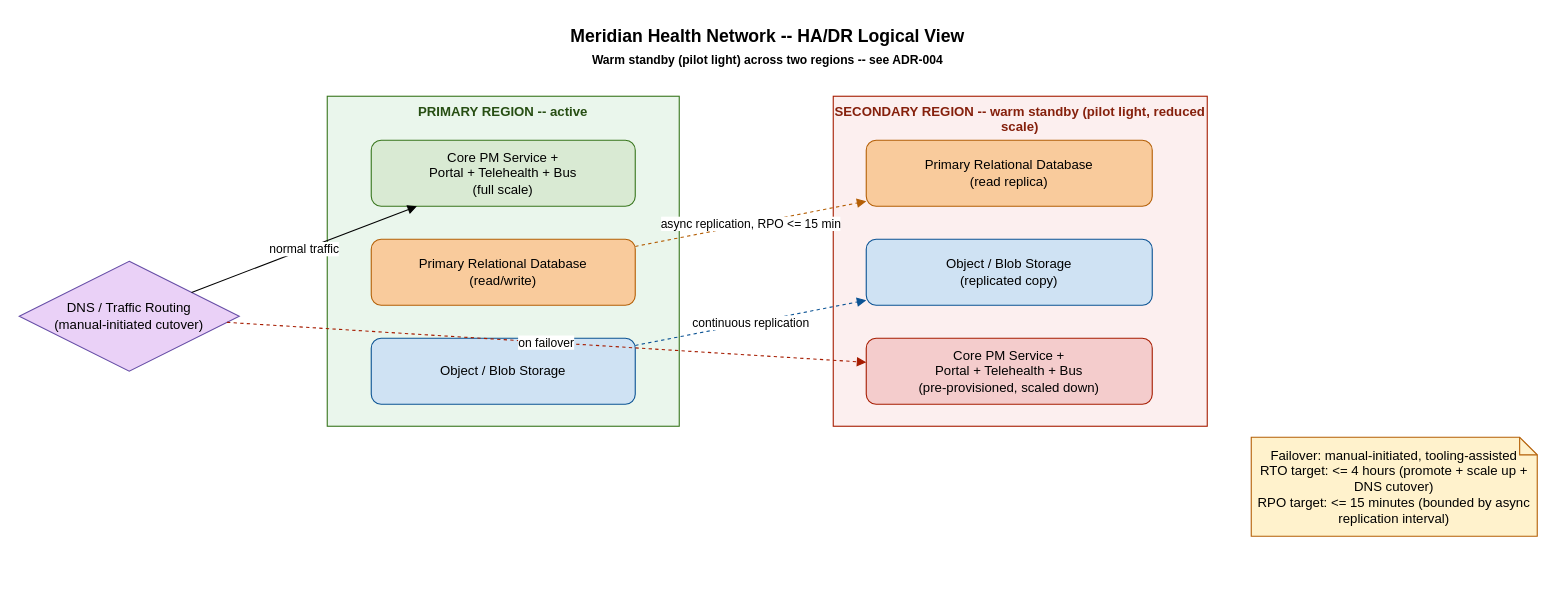
The draw.io diagram case-study-03-healthcare-platform/diagrams/ha-dr-logical-view.drawio in MarshalTakavinga/Cloud-Architecture, before the edit. Source tidied: cells renumbered, new cells numbered last; positions are measured from the earlier drawing's top-left corner, leaving out a move shared by most shapes. Both pictures are drawn from the tidied source at 110%, with x=0, y=0 at pixel (19, 19).
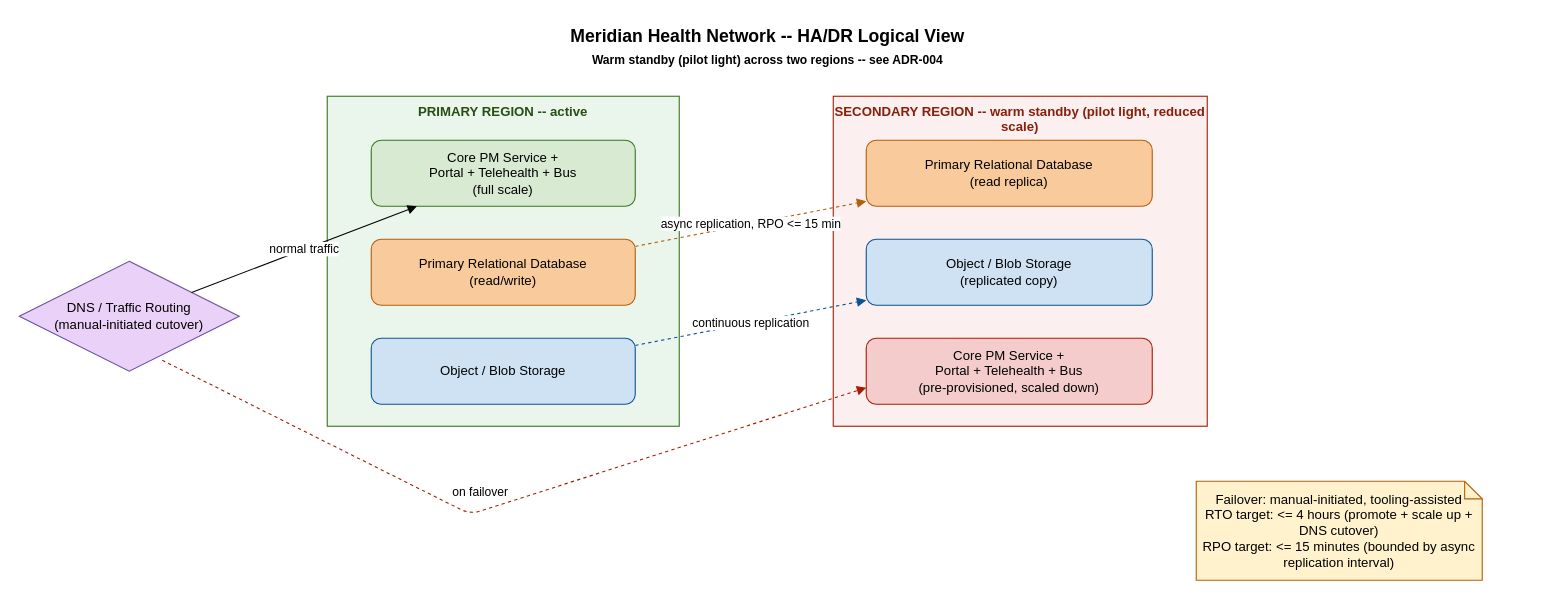
The same page after the edit.

Commit message (it also covers changes not shown here):
Step 5: vendor-neutral logical design

Diff of the diagram source:
```diff
@@
 <mxGraphModel>
   <root>
     <mxCell id="0" />
     <mxCell id="1" parent="0" />
     <mxCell id="2" value="Meridian Health Network -- HA/DR Logical View&lt;br&gt;&lt;font style=&quot;font-size:11px&quot;&gt;Warm standby (pilot light) across two regions -- see ADR-004&lt;/font&gt;" style="text;html=1;align=center;verticalAlign=middle;fontSize=16;fontStyle=1;" parent="1" vertex="1">
       <mxGeometry x="380" width="600" height="50" as="geometry" />
     </mxCell>
     <mxCell id="3" value="DNS / Traffic Routing&lt;br&gt;(manual-initiated cutover)" style="rhombus;whiteSpace=wrap;html=1;fillColor=#EAD1F7;strokeColor=#674EA7;" parent="1" vertex="1">
       <mxGeometry y="220" width="200" height="100" as="geometry" />
     </mxCell>
     <mxCell id="4" value="PRIMARY REGION -- active" style="rounded=0;whiteSpace=wrap;html=1;fillColor=#EAF6EC;strokeColor=#38761D;verticalAlign=top;fontColor=#274E13;fontStyle=1;" parent="1" vertex="1">
       <mxGeometry x="280" y="70" width="320" height="300" as="geometry" />
     </mxCell>
     <mxCell id="5" value="Core PM Service +&lt;br&gt;Portal + Telehealth + Bus&lt;br&gt;(full scale)" style="rounded=1;whiteSpace=wrap;html=1;fillColor=#D9EAD3;strokeColor=#38761D;" parent="1" vertex="1">
       <mxGeometry x="320" y="110" width="240" height="60" as="geometry" />
     </mxCell>
     <mxCell id="6" value="Primary Relational Database&lt;br&gt;(read/write)" style="rounded=1;whiteSpace=wrap;html=1;fillColor=#F9CB9C;strokeColor=#B45F06;" parent="1" vertex="1">
       <mxGeometry x="320" y="200" width="240" height="60" as="geometry" />
     </mxCell>
     <mxCell id="7" value="Object / Blob Storage" style="rounded=1;whiteSpace=wrap;html=1;fillColor=#CFE2F3;strokeColor=#0B5394;" parent="1" vertex="1">
       <mxGeometry x="320" y="290" width="240" height="60" as="geometry" />
     </mxCell>
     <mxCell id="8" value="SECONDARY REGION -- warm standby (pilot light, reduced scale)" style="rounded=0;whiteSpace=wrap;html=1;fillColor=#FCEFEF;strokeColor=#A61C00;verticalAlign=top;fontColor=#85200C;fontStyle=1;" parent="1" vertex="1">
       <mxGeometry x="740" y="70" width="340" height="300" as="geometry" />
     </mxCell>
     <mxCell id="9" value="Core PM Service +&lt;br&gt;Portal + Telehealth + Bus&lt;br&gt;(pre-provisioned, scaled down)" style="rounded=1;whiteSpace=wrap;html=1;fillColor=#F4CCCC;strokeColor=#A61C00;" parent="1" vertex="1">
       <mxGeometry x="770" y="290" width="260" height="60" as="geometry" />
     </mxCell>
     <mxCell id="10" value="Primary Relational Database&lt;br&gt;(read replica)" style="rounded=1;whiteSpace=wrap;html=1;fillColor=#F9CB9C;strokeColor=#B45F06;" parent="1" vertex="1">
       <mxGeometry x="770" y="110" width="260" height="60" as="geometry" />
     </mxCell>
     <mxCell id="11" value="Object / Blob Storage&lt;br&gt;(replicated copy)" style="rounded=1;whiteSpace=wrap;html=1;fillColor=#CFE2F3;strokeColor=#0B5394;" parent="1" vertex="1">
       <mxGeometry x="770" y="200" width="260" height="60" as="geometry" />
     </mxCell>
     <mxCell id="12" value="Failover: manual-initiated, tooling-assisted&lt;br&gt;RTO target: &amp;lt;= 4 hours (promote + scale up + DNS cutover)&lt;br&gt;RPO target: &amp;lt;= 15 minutes (bounded by async replication interval)" style="shape=note;whiteSpace=wrap;html=1;fillColor=#FFF2CC;strokeColor=#B45F06;size=16;" parent="1" vertex="1">
-      <mxGeometry x="1120" y="380" width="260" height="90" as="geometry" />
+      <mxGeometry x="1070" y="420" width="260" height="90" as="geometry" />
     </mxCell>
     <mxCell id="13" value="normal traffic" style="html=1;endArrow=block;" parent="1" edge="1" source="3" target="5">
       <mxGeometry relative="1" as="geometry" />
     </mxCell>
-    <mxCell id="14" value="on failover" style="html=1;endArrow=block;dashed=1;strokeColor=#A61C00;" parent="1" edge="1" source="3" target="9">
-      <mxGeometry relative="1" as="geometry" />
+    <mxCell id="14" value="on failover" style="html=1;endArrow=block;dashed=1;strokeColor=#A61C00;entryX=0;entryY=0.75;entryDx=0;entryDy=0;" parent="1" edge="1" target="9">
+      <mxGeometry x="-0.05" y="16" relative="1" as="geometry">
+        <mxPoint x="130" y="310" as="sourcePoint" />
+        <Array as="points">
+          <mxPoint x="410" y="450" />
+        </Array>
+      </mxGeometry>
     </mxCell>
     <mxCell id="15" value="async replication, RPO &amp;lt;= 15 min" style="html=1;endArrow=block;dashed=1;strokeColor=#B45F06;" parent="1" edge="1" source="6" target="10">
       <mxGeometry relative="1" as="geometry" />
     </mxCell>
     <mxCell id="16" value="continuous replication" style="html=1;endArrow=block;dashed=1;strokeColor=#0B5394;" parent="1" edge="1" source="7" target="11">
       <mxGeometry relative="1" as="geometry" />
     </mxCell>
   </root>
 </mxGraphModel>
```
